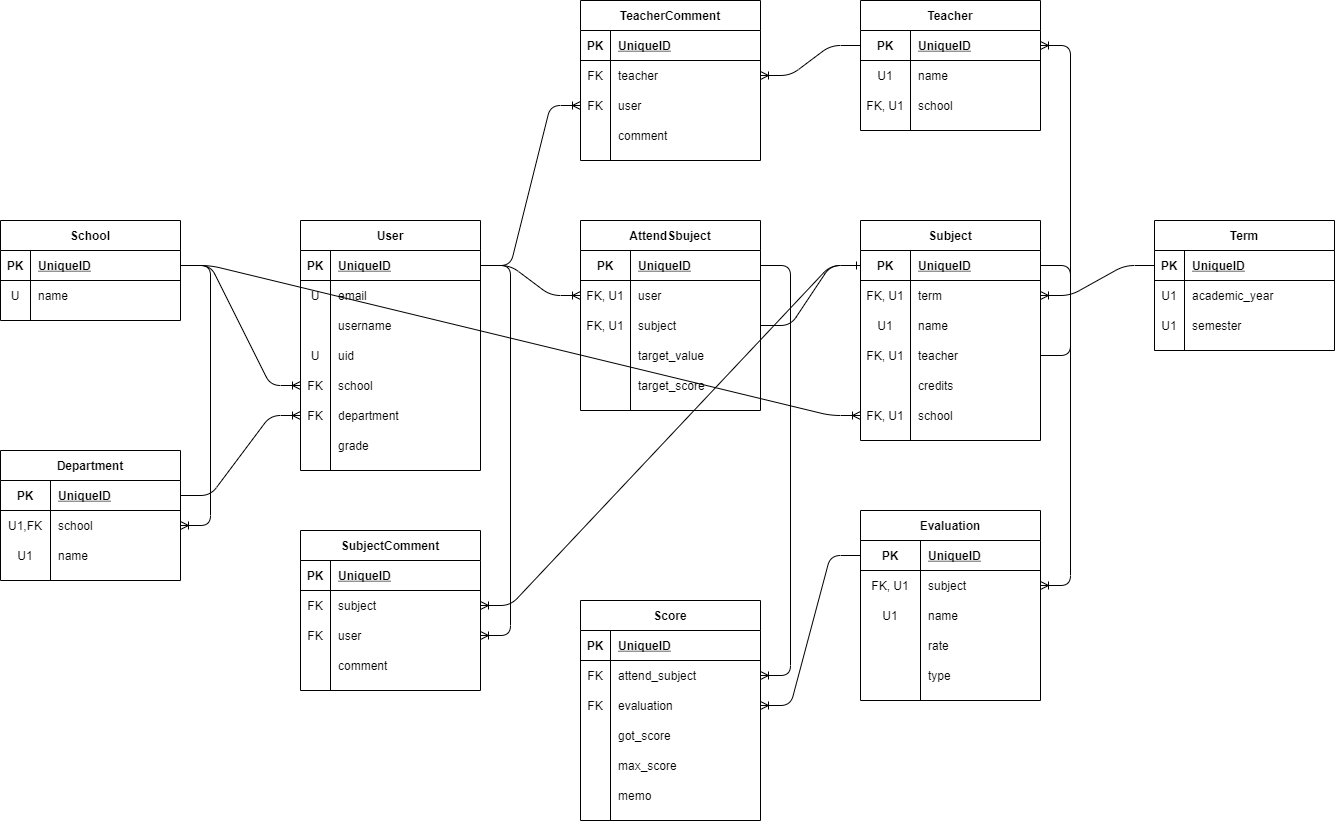
Above: references/er.png in kathmandu777/Barifac (draw.io), before the change. Source tidied: cells renumbered, new cells last; positions are measured from the earlier drawing's top-left corner, leaving out a move shared by most shapes.
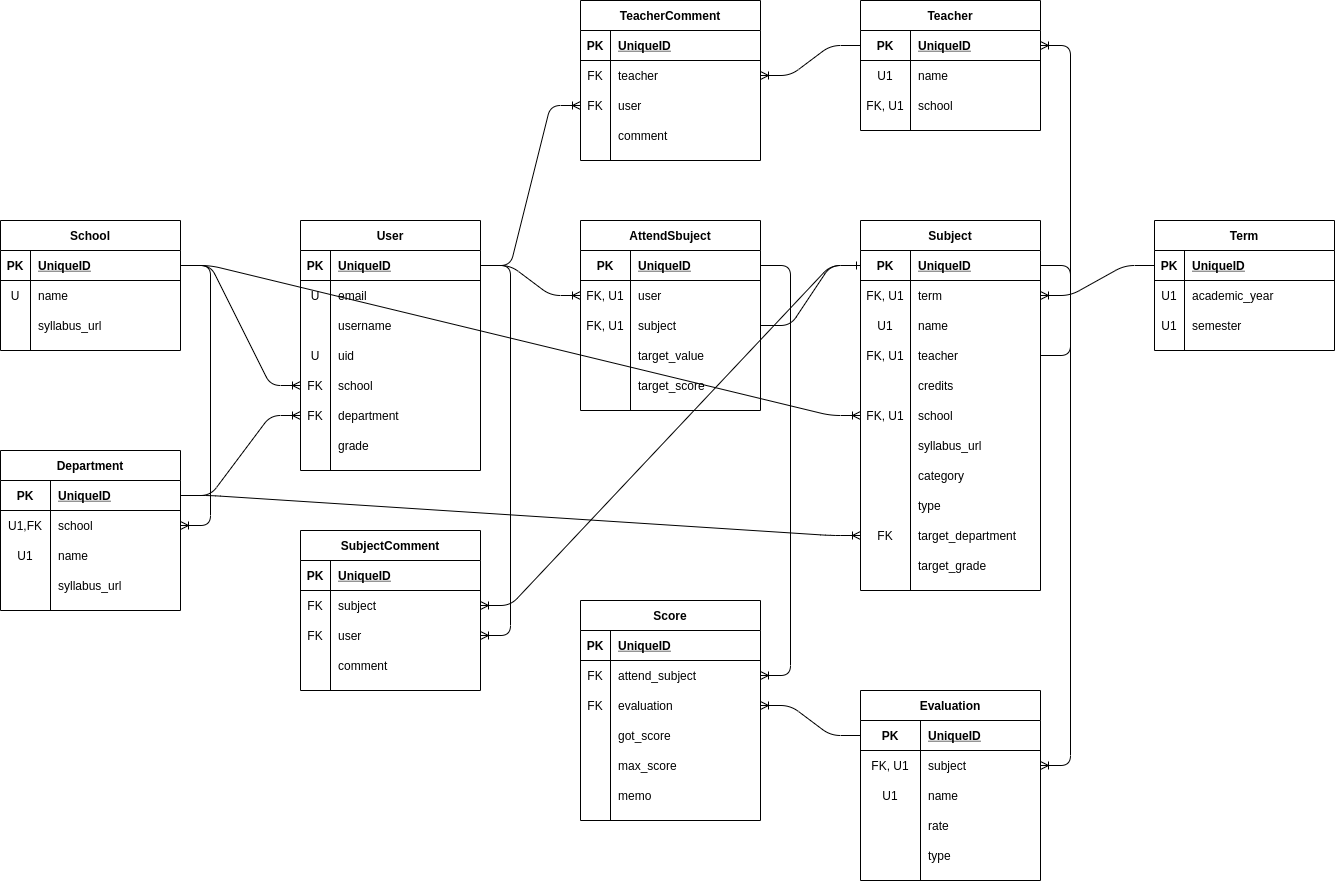
After the change.

Commit message:
fix: add syllabus info in models #99

Change to the diagram source:
```diff
@@ -3,7 +3,7 @@
     <mxCell id="0" />
     <mxCell id="1" parent="0" />
     <mxCell id="2" value="Subject" style="shape=table;startSize=30;rowLines=0;fontStyle=1;align=center;" parent="1" vertex="1">
-      <mxGeometry x="860" y="220" width="180" height="220" as="geometry" />
+      <mxGeometry x="860" y="220" width="180" height="370" as="geometry" />
     </mxCell>
     <mxCell id="3" style="shape=partialRectangle;fillColor=none;top=0;left=0;bottom=1;right=0;points=[[0,0.5],[1,0.5]];portConstraint=eastwest;" parent="2" vertex="1">
       <mxGeometry y="30" width="180" height="30" as="geometry" />
@@ -59,6 +59,51 @@
     <mxCell id="20" value="school" style="shape=partialRectangle;fillColor=none;top=0;left=0;bottom=0;right=0;align=left;spacingLeft=6;overflow=hidden;" parent="18" vertex="1">
       <mxGeometry x="50" width="130" height="30" as="geometry" />
     </mxCell>
+    <mxCell id="172" style="shape=partialRectangle;fillColor=none;top=0;left=0;bottom=0;right=0;" parent="2" vertex="1">
+      <mxGeometry y="210" width="180" height="30" as="geometry" />
+    </mxCell>
+    <mxCell id="173" style="shape=partialRectangle;fillColor=none;top=0;left=0;bottom=0;right=0;overflow=hidden;" parent="172" vertex="1">
+      <mxGeometry width="50" height="30" as="geometry" />
+    </mxCell>
+    <mxCell id="174" value="syllabus_url" style="shape=partialRectangle;fillColor=none;top=0;left=0;bottom=0;right=0;align=left;spacingLeft=6;overflow=hidden;" parent="172" vertex="1">
+      <mxGeometry x="50" width="130" height="30" as="geometry" />
+    </mxCell>
+    <mxCell id="175" style="shape=partialRectangle;fillColor=none;top=0;left=0;bottom=0;right=0;" parent="2" vertex="1">
+      <mxGeometry y="240" width="180" height="30" as="geometry" />
+    </mxCell>
+    <mxCell id="176" style="shape=partialRectangle;fillColor=none;top=0;left=0;bottom=0;right=0;overflow=hidden;" parent="175" vertex="1">
+      <mxGeometry width="50" height="30" as="geometry" />
+    </mxCell>
+    <mxCell id="177" value="category" style="shape=partialRectangle;fillColor=none;top=0;left=0;bottom=0;right=0;align=left;spacingLeft=6;overflow=hidden;" parent="175" vertex="1">
+      <mxGeometry x="50" width="130" height="30" as="geometry" />
+    </mxCell>
+    <mxCell id="178" style="shape=partialRectangle;fillColor=none;top=0;left=0;bottom=0;right=0;" parent="2" vertex="1">
+      <mxGeometry y="270" width="180" height="30" as="geometry" />
+    </mxCell>
+    <mxCell id="179" style="shape=partialRectangle;fillColor=none;top=0;left=0;bottom=0;right=0;overflow=hidden;" parent="178" vertex="1">
+      <mxGeometry width="50" height="30" as="geometry" />
+    </mxCell>
+    <mxCell id="180" value="type" style="shape=partialRectangle;fillColor=none;top=0;left=0;bottom=0;right=0;align=left;spacingLeft=6;overflow=hidden;" parent="178" vertex="1">
+      <mxGeometry x="50" width="130" height="30" as="geometry" />
+    </mxCell>
+    <mxCell id="181" style="shape=partialRectangle;fillColor=none;top=0;left=0;bottom=0;right=0;points=[[0,0.5],[1,0.5]];portConstraint=eastwest;" parent="2" vertex="1">
+      <mxGeometry y="300" width="180" height="30" as="geometry" />
+    </mxCell>
+    <mxCell id="182" value="FK" style="shape=partialRectangle;fillColor=none;top=0;left=0;bottom=0;right=0;overflow=hidden;" parent="181" vertex="1">
+      <mxGeometry width="50" height="30" as="geometry" />
+    </mxCell>
+    <mxCell id="183" value="target_department" style="shape=partialRectangle;fillColor=none;top=0;left=0;bottom=0;right=0;align=left;spacingLeft=6;overflow=hidden;" parent="181" vertex="1">
+      <mxGeometry x="50" width="130" height="30" as="geometry" />
+    </mxCell>
+    <mxCell id="184" style="shape=partialRectangle;fillColor=none;top=0;left=0;bottom=0;right=0;" parent="2" vertex="1">
+      <mxGeometry y="330" width="180" height="30" as="geometry" />
+    </mxCell>
+    <mxCell id="185" style="shape=partialRectangle;fillColor=none;top=0;left=0;bottom=0;right=0;overflow=hidden;" parent="184" vertex="1">
+      <mxGeometry width="50" height="30" as="geometry" />
+    </mxCell>
+    <mxCell id="186" value="target_grade" style="shape=partialRectangle;fillColor=none;top=0;left=0;bottom=0;right=0;align=left;spacingLeft=6;overflow=hidden;" parent="184" vertex="1">
+      <mxGeometry x="50" width="130" height="30" as="geometry" />
+    </mxCell>
     <mxCell id="21" value="Term" style="shape=table;startSize=30;rowLines=0;fontStyle=1;align=center;" parent="1" vertex="1">
       <mxGeometry x="1154" y="220" width="180" height="130" as="geometry" />
     </mxCell>
@@ -213,7 +258,7 @@
       <mxGeometry relative="1" as="geometry" />
     </mxCell>
     <mxCell id="72" value="Evaluation" style="shape=table;startSize=30;rowLines=0;fontStyle=1;align=center;" parent="1" vertex="1">
-      <mxGeometry x="860" y="510" width="180" height="190" as="geometry" />
+      <mxGeometry x="860" y="690" width="180" height="190" as="geometry" />
     </mxCell>
     <mxCell id="73" style="shape=partialRectangle;fillColor=none;top=0;left=0;bottom=1;right=0;points=[[0,0.5],[1,0.5]];portConstraint=eastwest;" parent="72" vertex="1">
       <mxGeometry y="30" width="180" height="30" as="geometry" />
@@ -372,7 +417,7 @@
       <mxGeometry relative="1" as="geometry" />
     </mxCell>
     <mxCell id="125" value="School" style="shape=table;startSize=30;rowLines=0;fontStyle=1;align=center;" parent="1" vertex="1">
-      <mxGeometry y="220" width="180" height="100" as="geometry" />
+      <mxGeometry y="220" width="180" height="130" as="geometry" />
     </mxCell>
     <mxCell id="126" style="shape=partialRectangle;fillColor=none;top=0;left=0;bottom=1;right=0;points=[[0,0.5],[1,0.5]];portConstraint=eastwest;" parent="125" vertex="1">
       <mxGeometry y="30" width="180" height="30" as="geometry" />
@@ -392,8 +437,17 @@
     <mxCell id="131" value="name" style="shape=partialRectangle;fillColor=none;top=0;left=0;bottom=0;right=0;align=left;spacingLeft=6;overflow=hidden;" parent="129" vertex="1">
       <mxGeometry x="30" width="150" height="30" as="geometry" />
     </mxCell>
+    <mxCell id="187" style="shape=partialRectangle;fillColor=none;top=0;left=0;bottom=0;right=0;" parent="125" vertex="1">
+      <mxGeometry y="90" width="180" height="30" as="geometry" />
+    </mxCell>
+    <mxCell id="188" style="shape=partialRectangle;fillColor=none;top=0;left=0;bottom=0;right=0;overflow=hidden;" parent="187" vertex="1">
+      <mxGeometry width="30" height="30" as="geometry" />
+    </mxCell>
+    <mxCell id="189" value="syllabus_url" style="shape=partialRectangle;fillColor=none;top=0;left=0;bottom=0;right=0;align=left;spacingLeft=6;overflow=hidden;" parent="187" vertex="1">
+      <mxGeometry x="30" width="150" height="30" as="geometry" />
+    </mxCell>
     <mxCell id="132" value="Department" style="shape=table;startSize=30;rowLines=0;fontStyle=1;align=center;" parent="1" vertex="1">
-      <mxGeometry y="450" width="180" height="130" as="geometry" />
+      <mxGeometry y="450" width="180" height="160" as="geometry" />
     </mxCell>
     <mxCell id="133" style="shape=partialRectangle;fillColor=none;top=0;left=0;bottom=1;right=0;points=[[0,0.5],[1,0.5]];portConstraint=eastwest;" parent="132" vertex="1">
       <mxGeometry y="30" width="180" height="30" as="geometry" />
@@ -422,6 +476,15 @@
     <mxCell id="141" value="name" style="shape=partialRectangle;fillColor=none;top=0;left=0;bottom=0;right=0;align=left;spacingLeft=6;overflow=hidden;" parent="139" vertex="1">
       <mxGeometry x="50" width="130" height="30" as="geometry" />
     </mxCell>
+    <mxCell id="190" style="shape=partialRectangle;fillColor=none;top=0;left=0;bottom=0;right=0;" parent="132" vertex="1">
+      <mxGeometry y="120" width="180" height="30" as="geometry" />
+    </mxCell>
+    <mxCell id="191" style="shape=partialRectangle;fillColor=none;top=0;left=0;bottom=0;right=0;overflow=hidden;" parent="190" vertex="1">
+      <mxGeometry width="50" height="30" as="geometry" />
+    </mxCell>
+    <mxCell id="192" value="syllabus_url" style="shape=partialRectangle;fillColor=none;top=0;left=0;bottom=0;right=0;align=left;spacingLeft=6;overflow=hidden;" parent="190" vertex="1">
+      <mxGeometry x="50" width="130" height="30" as="geometry" />
+    </mxCell>
     <mxCell id="142" style="edgeStyle=entityRelationEdgeStyle;fontSize=12;html=1;endArrow=ERoneToMany;entryX=1;entryY=0.5;entryDx=0;entryDy=0;exitX=1;exitY=0.5;exitDx=0;exitDy=0;" parent="1" edge="1" source="126" target="136">
       <mxGeometry relative="1" as="geometry" />
     </mxCell>
@@ -512,5 +575,8 @@
     <mxCell id="171" style="edgeStyle=entityRelationEdgeStyle;fontSize=12;html=1;endArrow=ERoneToMany;exitX=1;exitY=0.5;exitDx=0;exitDy=0;entryX=0;entryY=0.5;entryDx=0;entryDy=0;" parent="1" edge="1" source="33" target="164">
       <mxGeometry relative="1" as="geometry" />
     </mxCell>
+    <mxCell id="193" style="edgeStyle=entityRelationEdgeStyle;fontSize=12;html=1;endArrow=ERoneToMany;entryX=0;entryY=0.5;entryDx=0;entryDy=0;exitX=1;exitY=0.5;exitDx=0;exitDy=0;" parent="1" edge="1" source="133" target="181">
+      <mxGeometry relative="1" as="geometry" />
+    </mxCell>
   </root>
 </mxGraphModel>
```
